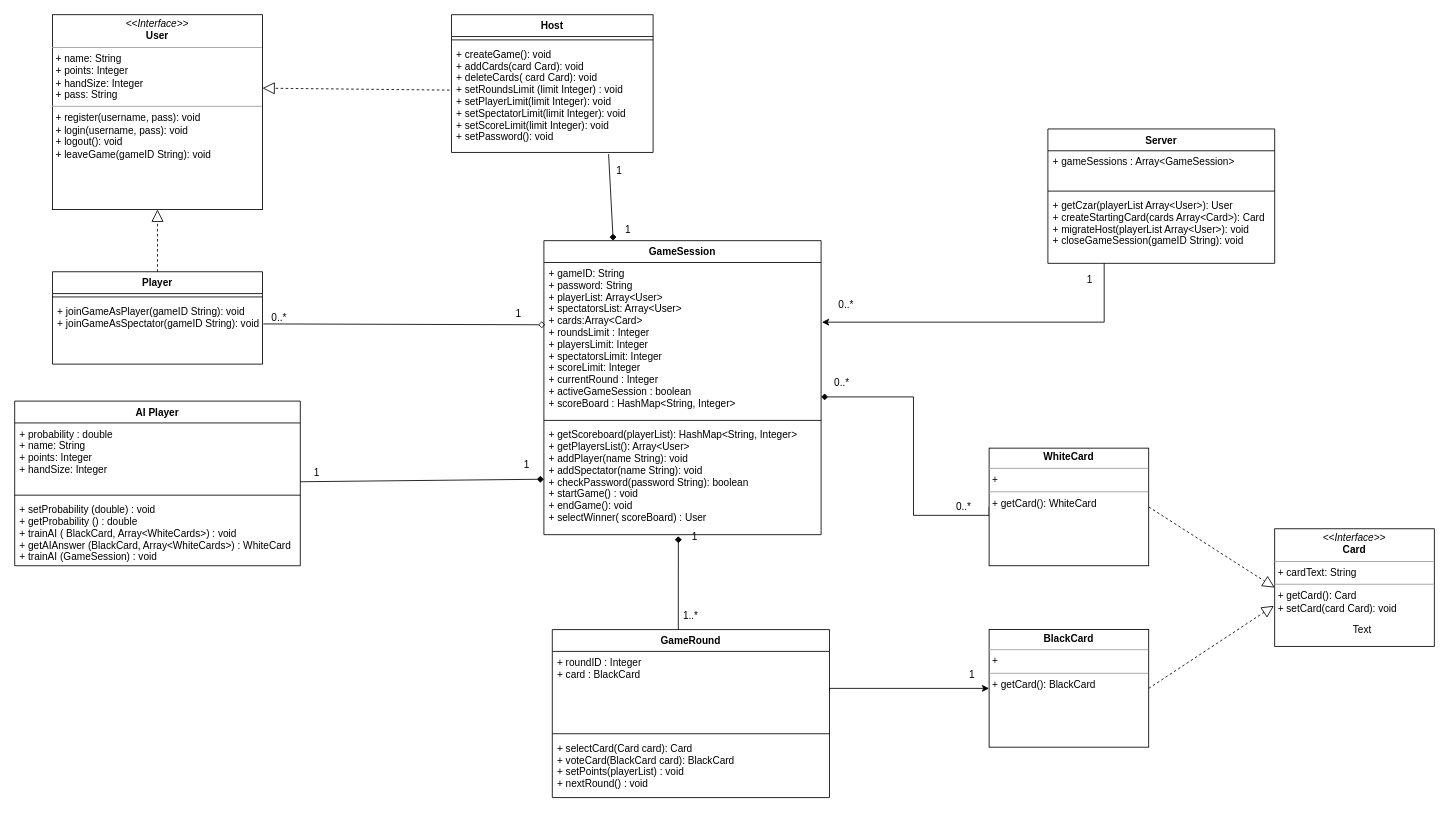
Earlier version of the draw.io diagram docs/architecture/frontend/UML.drawio (firststef/HumanityAgainstCards). Source tidied: cells renumbered, new cells numbered last; positions are measured from the earlier drawing's top-left corner, leaving out a move shared by most shapes. Both pictures are drawn from the tidied source at 84%, with x=0, y=0 at pixel (14, 14).
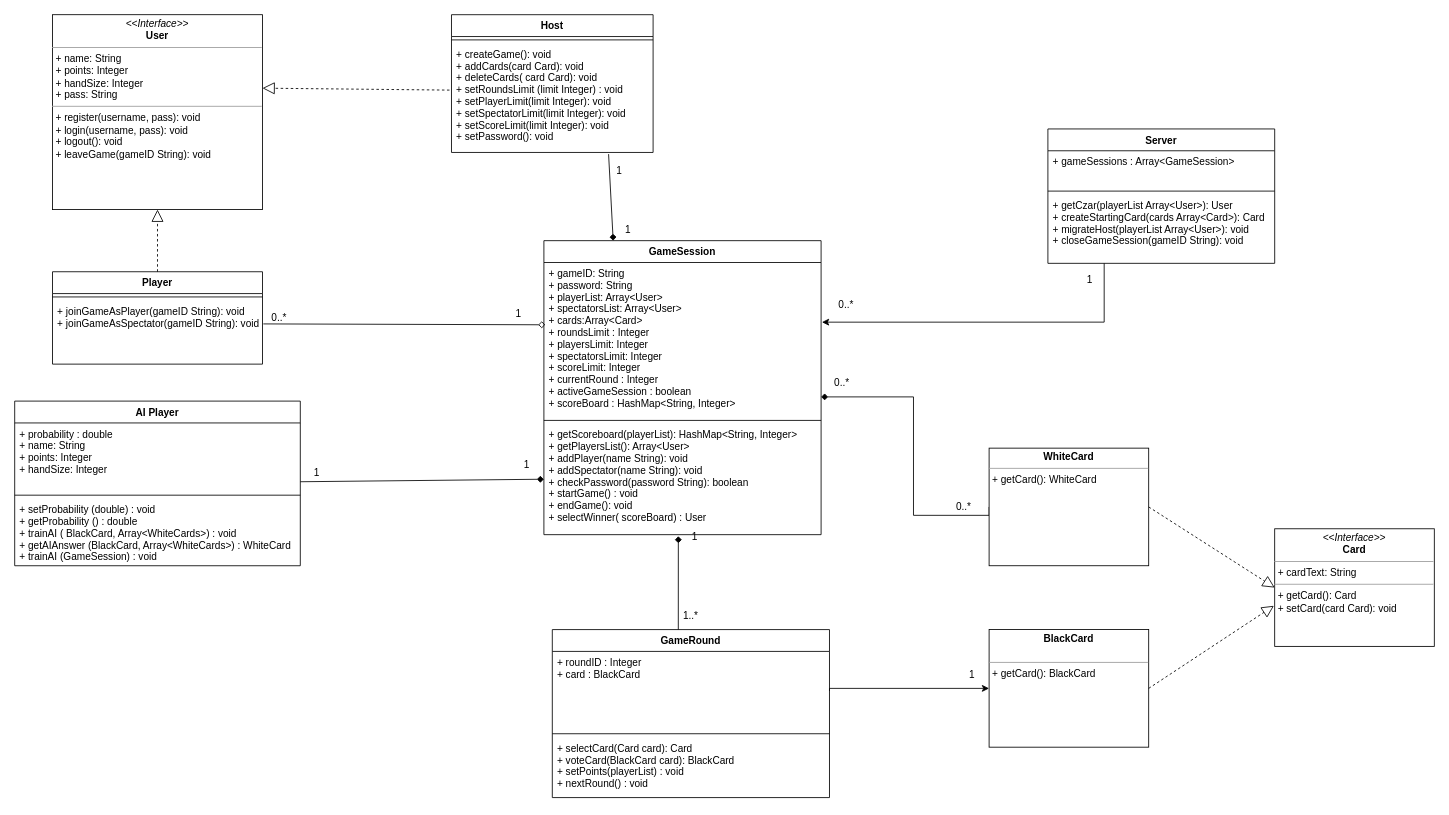
The same diagram, later.

Commit message:
Added C4,UML diagrams + BackLog

What changed in the source:
```diff
@@
-    <mxCell id="30" value="&lt;p style=&quot;margin: 0px ; margin-top: 4px ; text-align: center&quot;&gt;&lt;b&gt;BlackCard&lt;/b&gt;&lt;/p&gt;&lt;hr size=&quot;1&quot;&gt;&lt;p style=&quot;margin: 0px ; margin-left: 4px&quot;&gt;+&amp;nbsp;&lt;br&gt;&lt;/p&gt;&lt;hr size=&quot;1&quot;&gt;&lt;p style=&quot;margin: 0px ; margin-left: 4px&quot;&gt;+ getCard(): BlackCard&lt;/p&gt;" style="verticalAlign=top;align=left;overflow=fill;fontSize=12;fontFamily=Helvetica;html=1;" parent="1" vertex="1">
+    <mxCell id="30" value="&lt;p style=&quot;margin: 0px ; margin-top: 4px ; text-align: center&quot;&gt;&lt;b&gt;BlackCard&lt;/b&gt;&lt;/p&gt;&lt;p style=&quot;margin: 0px ; margin-left: 4px&quot;&gt;&lt;br&gt;&lt;/p&gt;&lt;hr size=&quot;1&quot;&gt;&lt;p style=&quot;margin: 0px ; margin-left: 4px&quot;&gt;+ getCard(): BlackCard&lt;/p&gt;" style="verticalAlign=top;align=left;overflow=fill;fontSize=12;fontFamily=Helvetica;html=1;" parent="1" vertex="1">
       <mxGeometry x="1160" y="732" width="190" height="140" as="geometry" />
     </mxCell>
-    <mxCell id="31" value="&lt;p style=&quot;margin: 0px ; margin-top: 4px ; text-align: center&quot;&gt;&lt;b&gt;WhiteCard&lt;/b&gt;&lt;/p&gt;&lt;hr size=&quot;1&quot;&gt;&lt;p style=&quot;margin: 0px ; margin-left: 4px&quot;&gt;+&amp;nbsp;&lt;br&gt;&lt;/p&gt;&lt;hr size=&quot;1&quot;&gt;&lt;p style=&quot;margin: 0px ; margin-left: 4px&quot;&gt;+ getCard(): WhiteCard&lt;/p&gt;" style="verticalAlign=top;align=left;overflow=fill;fontSize=12;fontFamily=Helvetica;html=1;" parent="1" vertex="1">
+    <mxCell id="31" value="&lt;p style=&quot;margin: 0px ; margin-top: 4px ; text-align: center&quot;&gt;&lt;b&gt;WhiteCard&lt;/b&gt;&lt;/p&gt;&lt;hr size=&quot;1&quot;&gt;&lt;p style=&quot;margin: 0px ; margin-left: 4px&quot;&gt;&lt;/p&gt;&lt;p style=&quot;margin: 0px ; margin-left: 4px&quot;&gt;+ getCard(): WhiteCard&lt;/p&gt;" style="verticalAlign=top;align=left;overflow=fill;fontSize=12;fontFamily=Helvetica;html=1;" parent="1" vertex="1">
       <mxGeometry x="1160" y="516" width="190" height="140" as="geometry" />
     </mxCell>
@@
-    <mxCell id="52" value="Text" style="text;html=1;align=center;verticalAlign=middle;" parent="1" vertex="1">
-      <mxGeometry x="1584" y="723" width="40" height="20" as="geometry" />
-    </mxCell>
```
